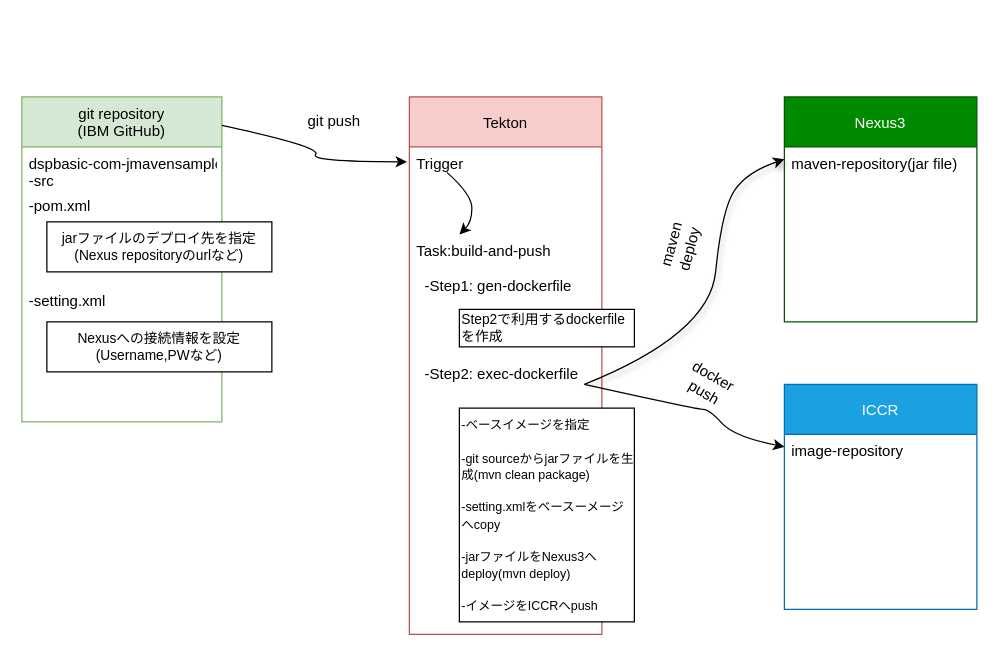
hongzhen-wang1/dspbank-api-test keeps this draw.io diagram as Untitled Diagram.drawio. Above is the earlier version. Source tidied: cells renumbered, new cells numbered last; positions are measured from the earlier drawing's top-left corner, leaving out a move shared by most shapes. Both pictures are drawn from the tidied source at 125%, with x=0, y=0 at pixel (21, 96).
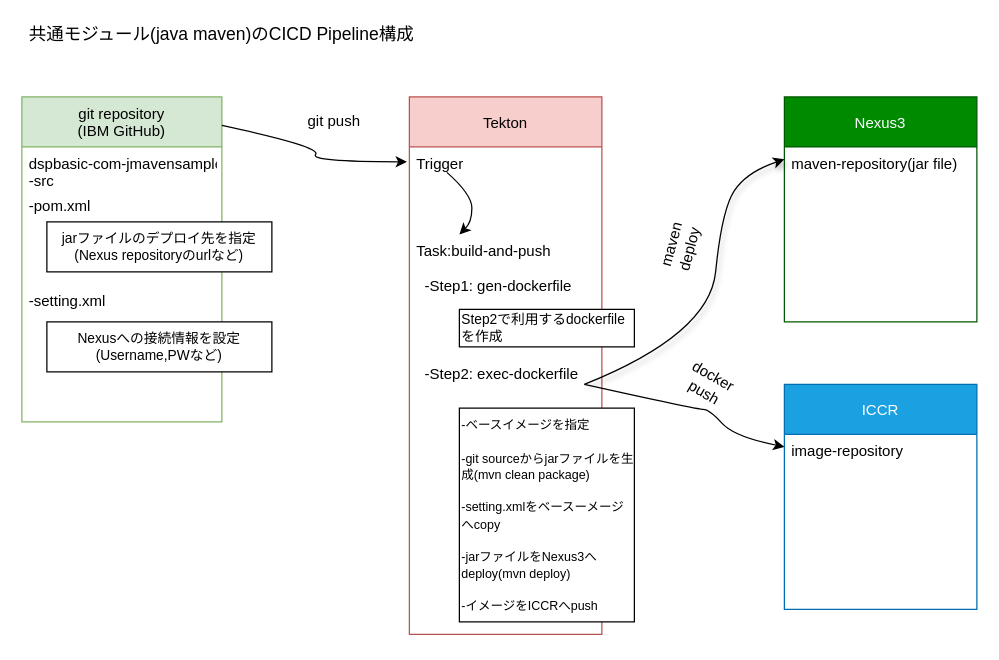
The same page after the edit.

What changed in the source:
```diff
@@
+    <mxCell id="24" value="&lt;font style=&quot;font-size: 14px&quot;&gt;共通モジュール(java maven)のCICD Pipeline構成&lt;/font&gt;" style="text;html=1;strokeColor=none;fillColor=none;align=center;verticalAlign=middle;whiteSpace=wrap;rounded=0;fontSize=11;strokeWidth=2;" parent="1" vertex="1">
+      <mxGeometry y="-60" width="320" height="20" as="geometry" />
+    </mxCell>
```
